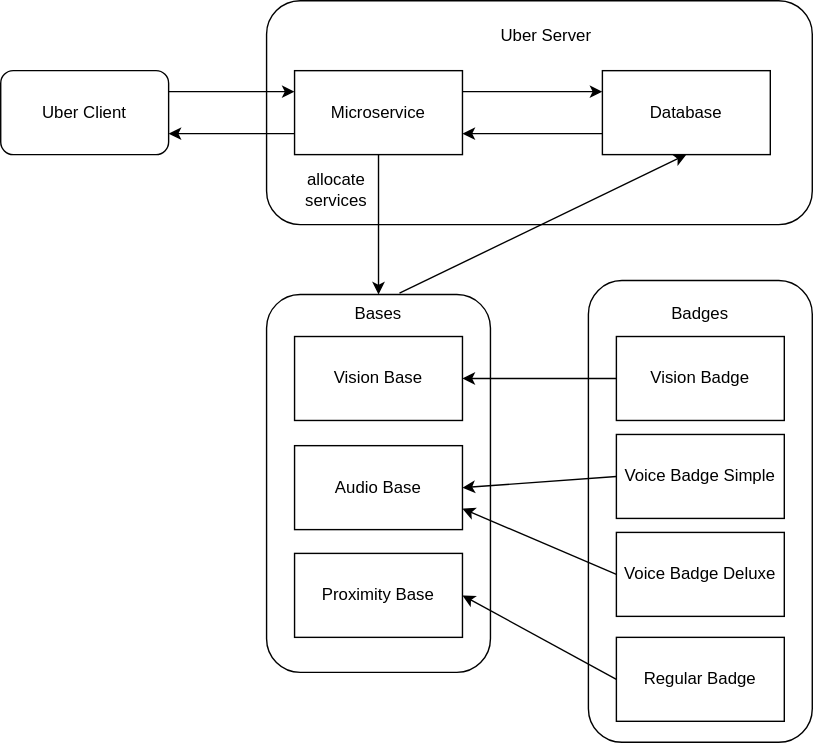
Earlier version of the draw.io export system_design.svg (spikol/system_ideas). Source tidied: cells renumbered, new cells last; positions are measured from the earlier drawing's top-left corner, leaving out a move shared by most shapes. The source it was exported from:
```xml
<mxGraphModel>
  <root>
    <mxCell id="0" />
    <mxCell id="1" parent="0" />
    <mxCell id="2" style="rounded=1;whiteSpace=wrap;html=1;" parent="1" vertex="1">
      <mxGeometry x="190" width="390" height="160" as="geometry" />
    </mxCell>
    <mxCell id="3" style="edgeStyle=orthogonalEdgeStyle;rounded=0;jettySize=auto;html=1;" parent="1" edge="1" source="4" target="6">
      <mxGeometry relative="1" as="geometry" />
    </mxCell>
    <mxCell id="4" value="Microservice" style="rounded=0;whiteSpace=wrap;html=1;" parent="1" vertex="1">
      <mxGeometry x="210" y="50" width="120" height="60" as="geometry" />
    </mxCell>
    <mxCell id="5" value="Uber Server" style="text;html=1;strokeColor=none;fillColor=none;align=center;verticalAlign=middle;whiteSpace=wrap;rounded=0;" parent="1" vertex="1">
      <mxGeometry x="350" y="10" width="80" height="30" as="geometry" />
    </mxCell>
    <mxCell id="6" style="rounded=1;whiteSpace=wrap;html=1;" parent="1" vertex="1">
      <mxGeometry x="190" y="210" width="160" height="270" as="geometry" />
    </mxCell>
    <mxCell id="7" value="Bases" style="text;html=1;strokeColor=none;fillColor=none;align=center;verticalAlign=middle;whiteSpace=wrap;rounded=0;" parent="1" vertex="1">
      <mxGeometry x="240" y="209" width="60" height="30" as="geometry" />
    </mxCell>
    <mxCell id="8" value="allocate services" style="text;html=1;strokeColor=none;fillColor=none;align=center;verticalAlign=middle;whiteSpace=wrap;rounded=0;" parent="1" vertex="1">
      <mxGeometry x="210" y="120" width="60" height="30" as="geometry" />
    </mxCell>
    <mxCell id="9" value="Vision Base" style="rounded=0;whiteSpace=wrap;html=1;" parent="1" vertex="1">
      <mxGeometry x="210" y="240" width="120" height="60" as="geometry" />
    </mxCell>
    <mxCell id="10" value="Audio Base" style="rounded=0;whiteSpace=wrap;html=1;" parent="1" vertex="1">
      <mxGeometry x="210" y="318" width="120" height="60" as="geometry" />
    </mxCell>
    <mxCell id="11" value="Proximity Base" style="rounded=0;whiteSpace=wrap;html=1;" parent="1" vertex="1">
      <mxGeometry x="210" y="395" width="120" height="60" as="geometry" />
    </mxCell>
    <mxCell id="12" style="rounded=1;whiteSpace=wrap;html=1;" parent="1" vertex="1">
      <mxGeometry x="420" y="200" width="160" height="330" as="geometry" />
    </mxCell>
    <mxCell id="13" value="Badges" style="text;html=1;strokeColor=none;fillColor=none;align=center;verticalAlign=middle;whiteSpace=wrap;rounded=0;" parent="1" vertex="1">
      <mxGeometry x="470" y="209" width="60" height="30" as="geometry" />
    </mxCell>
    <mxCell id="14" style="edgeStyle=orthogonalEdgeStyle;rounded=0;jettySize=auto;html=1;" parent="1" edge="1" source="15" target="9">
      <mxGeometry relative="1" as="geometry" />
    </mxCell>
    <mxCell id="15" value="Vision Badge" style="rounded=0;whiteSpace=wrap;html=1;" parent="1" vertex="1">
      <mxGeometry x="440" y="240" width="120" height="60" as="geometry" />
    </mxCell>
    <mxCell id="16" value="Voice Badge Simple" style="rounded=0;whiteSpace=wrap;html=1;" parent="1" vertex="1">
      <mxGeometry x="440" y="310" width="120" height="60" as="geometry" />
    </mxCell>
    <mxCell id="17" value="Voice Badge Deluxe" style="rounded=0;whiteSpace=wrap;html=1;" parent="1" vertex="1">
      <mxGeometry x="440" y="380" width="120" height="60" as="geometry" />
    </mxCell>
    <mxCell id="18" style="endArrow=classic;html=1;rounded=0;exitX=0;exitY=0.5;exitDx=0;exitDy=0;entryX=1;entryY=0.75;entryDx=0;entryDy=0;" parent="1" edge="1" source="17" target="10">
      <mxGeometry relative="1" as="geometry" />
    </mxCell>
    <mxCell id="19" value="Regular Badge" style="rounded=0;whiteSpace=wrap;html=1;" parent="1" vertex="1">
      <mxGeometry x="440" y="455" width="120" height="60" as="geometry" />
    </mxCell>
    <mxCell id="20" style="endArrow=classic;html=1;rounded=0;exitX=0;exitY=0.5;exitDx=0;exitDy=0;entryX=1;entryY=0.5;entryDx=0;entryDy=0;" parent="1" edge="1" source="16" target="10">
      <mxGeometry relative="1" as="geometry" />
    </mxCell>
    <mxCell id="21" style="edgeStyle=orthogonalEdgeStyle;rounded=0;orthogonalLoop=1;jettySize=auto;html=1;exitX=0.5;exitY=1;exitDx=0;exitDy=0;" parent="1" edge="1" source="6" target="6">
      <mxGeometry relative="1" as="geometry" />
    </mxCell>
    <mxCell id="22" style="endArrow=classic;html=1;rounded=0;exitX=0;exitY=0.5;exitDx=0;exitDy=0;entryX=1;entryY=0.5;entryDx=0;entryDy=0;" parent="1" edge="1" source="19" target="11">
      <mxGeometry relative="1" as="geometry" />
    </mxCell>
    <mxCell id="23" value="Database" style="rounded=0;whiteSpace=wrap;html=1;" parent="1" vertex="1">
      <mxGeometry x="430" y="50" width="120" height="60" as="geometry" />
    </mxCell>
    <mxCell id="24" style="endArrow=classic;html=1;rounded=0;exitX=0.75;exitY=0;exitDx=0;exitDy=0;entryX=0.5;entryY=1;entryDx=0;entryDy=0;" parent="1" edge="1" source="7" target="23">
      <mxGeometry relative="1" as="geometry" />
    </mxCell>
    <mxCell id="25" style="endArrow=classic;html=1;rounded=0;exitX=1;exitY=0.25;exitDx=0;exitDy=0;entryX=0;entryY=0.25;entryDx=0;entryDy=0;" parent="1" edge="1" source="4" target="23">
      <mxGeometry relative="1" as="geometry" />
    </mxCell>
    <mxCell id="26" style="endArrow=classic;html=1;rounded=0;exitX=0;exitY=0.75;exitDx=0;exitDy=0;entryX=1;entryY=0.75;entryDx=0;entryDy=0;" parent="1" edge="1" source="23" target="4">
      <mxGeometry relative="1" as="geometry" />
    </mxCell>
    <mxCell id="27" style="endArrow=classic;html=1;rounded=0;exitX=1;exitY=0.25;exitDx=0;exitDy=0;entryX=0;entryY=0.25;entryDx=0;entryDy=0;" parent="1" edge="1" target="4">
      <mxGeometry relative="1" as="geometry">
        <mxPoint x="120" y="65" as="sourcePoint" />
      </mxGeometry>
    </mxCell>
    <mxCell id="28" style="endArrow=classic;html=1;rounded=0;exitX=0;exitY=0.75;exitDx=0;exitDy=0;entryX=1;entryY=0.75;entryDx=0;entryDy=0;" parent="1" edge="1" source="4">
      <mxGeometry relative="1" as="geometry">
        <mxPoint x="120" y="95" as="targetPoint" />
      </mxGeometry>
    </mxCell>
    <mxCell id="29" value="Uber Client" style="rounded=1;whiteSpace=wrap;html=1;" parent="1" vertex="1">
      <mxGeometry y="50" width="120" height="60" as="geometry" />
    </mxCell>
  </root>
</mxGraphModel>
```
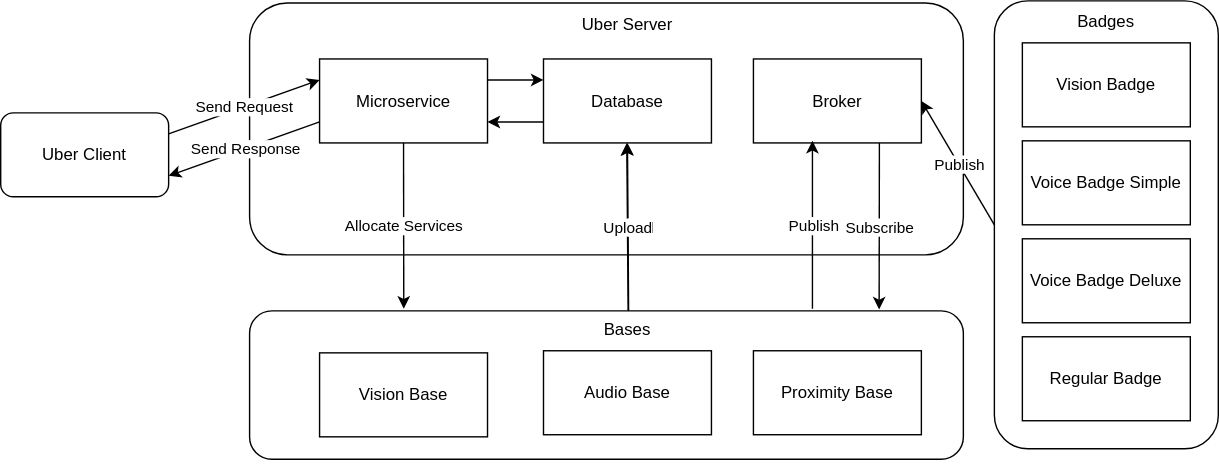
The same diagram one commit later.

Commit message:
Update system diagram

The edit, as a diff of the source:
```diff
@@ -3,92 +3,120 @@
     <mxCell id="0" />
     <mxCell id="1" parent="0" />
     <mxCell id="2" style="rounded=1;whiteSpace=wrap;html=1;" parent="1" vertex="1">
-      <mxGeometry x="190" width="390" height="160" as="geometry" />
+      <mxGeometry x="137.8" y="-28.5" width="510" height="180" as="geometry" />
     </mxCell>
-    <mxCell id="3" style="edgeStyle=orthogonalEdgeStyle;rounded=0;jettySize=auto;html=1;" parent="1" edge="1" source="4" target="6">
-      <mxGeometry relative="1" as="geometry" />
-    </mxCell>
     <mxCell id="4" value="Microservice" style="rounded=0;whiteSpace=wrap;html=1;" parent="1" vertex="1">
-      <mxGeometry x="210" y="50" width="120" height="60" as="geometry" />
+      <mxGeometry x="187.8" y="11.5" width="120" height="60" as="geometry" />
     </mxCell>
     <mxCell id="5" value="Uber Server" style="text;html=1;strokeColor=none;fillColor=none;align=center;verticalAlign=middle;whiteSpace=wrap;rounded=0;" parent="1" vertex="1">
-      <mxGeometry x="350" y="10" width="80" height="30" as="geometry" />
+      <mxGeometry x="367.8" y="-28.5" width="80" height="30" as="geometry" />
     </mxCell>
     <mxCell id="6" style="rounded=1;whiteSpace=wrap;html=1;" parent="1" vertex="1">
-      <mxGeometry x="190" y="210" width="160" height="270" as="geometry" />
+      <mxGeometry x="137.8" y="191.5" width="510" height="106" as="geometry" />
     </mxCell>
     <mxCell id="7" value="Bases" style="text;html=1;strokeColor=none;fillColor=none;align=center;verticalAlign=middle;whiteSpace=wrap;rounded=0;" parent="1" vertex="1">
-      <mxGeometry x="240" y="209" width="60" height="30" as="geometry" />
+      <mxGeometry x="377.8" y="190" width="60" height="30" as="geometry" />
     </mxCell>
-    <mxCell id="8" value="allocate services" style="text;html=1;strokeColor=none;fillColor=none;align=center;verticalAlign=middle;whiteSpace=wrap;rounded=0;" parent="1" vertex="1">
-      <mxGeometry x="210" y="120" width="60" height="30" as="geometry" />
-    </mxCell>
     <mxCell id="9" value="Vision Base" style="rounded=0;whiteSpace=wrap;html=1;" parent="1" vertex="1">
-      <mxGeometry x="210" y="240" width="120" height="60" as="geometry" />
+      <mxGeometry x="187.8" y="221.5" width="120" height="60" as="geometry" />
     </mxCell>
     <mxCell id="10" value="Audio Base" style="rounded=0;whiteSpace=wrap;html=1;" parent="1" vertex="1">
-      <mxGeometry x="210" y="318" width="120" height="60" as="geometry" />
+      <mxGeometry x="347.8" y="220" width="120" height="60" as="geometry" />
     </mxCell>
     <mxCell id="11" value="Proximity Base" style="rounded=0;whiteSpace=wrap;html=1;" parent="1" vertex="1">
-      <mxGeometry x="210" y="395" width="120" height="60" as="geometry" />
+      <mxGeometry x="497.8" y="220" width="120" height="60" as="geometry" />
     </mxCell>
     <mxCell id="12" style="rounded=1;whiteSpace=wrap;html=1;" parent="1" vertex="1">
-      <mxGeometry x="420" y="200" width="160" height="330" as="geometry" />
+      <mxGeometry x="670" y="-30" width="160" height="320" as="geometry" />
     </mxCell>
     <mxCell id="13" value="Badges" style="text;html=1;strokeColor=none;fillColor=none;align=center;verticalAlign=middle;whiteSpace=wrap;rounded=0;" parent="1" vertex="1">
-      <mxGeometry x="470" y="209" width="60" height="30" as="geometry" />
+      <mxGeometry x="720" y="-30" width="60" height="30" as="geometry" />
     </mxCell>
-    <mxCell id="14" style="edgeStyle=orthogonalEdgeStyle;rounded=0;jettySize=auto;html=1;" parent="1" edge="1" source="15" target="9">
-      <mxGeometry relative="1" as="geometry" />
-    </mxCell>
     <mxCell id="15" value="Vision Badge" style="rounded=0;whiteSpace=wrap;html=1;" parent="1" vertex="1">
-      <mxGeometry x="440" y="240" width="120" height="60" as="geometry" />
+      <mxGeometry x="690" width="120" height="60" as="geometry" />
     </mxCell>
     <mxCell id="16" value="Voice Badge Simple" style="rounded=0;whiteSpace=wrap;html=1;" parent="1" vertex="1">
-      <mxGeometry x="440" y="310" width="120" height="60" as="geometry" />
+      <mxGeometry x="690" y="70" width="120" height="60" as="geometry" />
     </mxCell>
     <mxCell id="17" value="Voice Badge Deluxe" style="rounded=0;whiteSpace=wrap;html=1;" parent="1" vertex="1">
-      <mxGeometry x="440" y="380" width="120" height="60" as="geometry" />
+      <mxGeometry x="690" y="140" width="120" height="60" as="geometry" />
     </mxCell>
-    <mxCell id="18" style="endArrow=classic;html=1;rounded=0;exitX=0;exitY=0.5;exitDx=0;exitDy=0;entryX=1;entryY=0.75;entryDx=0;entryDy=0;" parent="1" edge="1" source="17" target="10">
-      <mxGeometry relative="1" as="geometry" />
-    </mxCell>
     <mxCell id="19" value="Regular Badge" style="rounded=0;whiteSpace=wrap;html=1;" parent="1" vertex="1">
-      <mxGeometry x="440" y="455" width="120" height="60" as="geometry" />
+      <mxGeometry x="690" y="210" width="120" height="60" as="geometry" />
     </mxCell>
-    <mxCell id="20" style="endArrow=classic;html=1;rounded=0;exitX=0;exitY=0.5;exitDx=0;exitDy=0;entryX=1;entryY=0.5;entryDx=0;entryDy=0;" parent="1" edge="1" source="16" target="10">
-      <mxGeometry relative="1" as="geometry" />
-    </mxCell>
     <mxCell id="21" style="edgeStyle=orthogonalEdgeStyle;rounded=0;orthogonalLoop=1;jettySize=auto;html=1;exitX=0.5;exitY=1;exitDx=0;exitDy=0;" parent="1" edge="1" source="6" target="6">
       <mxGeometry relative="1" as="geometry" />
     </mxCell>
-    <mxCell id="22" style="endArrow=classic;html=1;rounded=0;exitX=0;exitY=0.5;exitDx=0;exitDy=0;entryX=1;entryY=0.5;entryDx=0;entryDy=0;" parent="1" edge="1" source="19" target="11">
-      <mxGeometry relative="1" as="geometry" />
-    </mxCell>
     <mxCell id="23" value="Database" style="rounded=0;whiteSpace=wrap;html=1;" parent="1" vertex="1">
-      <mxGeometry x="430" y="50" width="120" height="60" as="geometry" />
+      <mxGeometry x="347.8" y="11.5" width="120" height="60" as="geometry" />
     </mxCell>
-    <mxCell id="24" style="endArrow=classic;html=1;rounded=0;exitX=0.75;exitY=0;exitDx=0;exitDy=0;entryX=0.5;entryY=1;entryDx=0;entryDy=0;" parent="1" edge="1" source="7" target="23">
-      <mxGeometry relative="1" as="geometry" />
-    </mxCell>
+    <mxCell id="29" value="Uber Client" style="rounded=1;whiteSpace=wrap;html=1;" parent="1" vertex="1">
+      <mxGeometry x="-40" y="50" width="120" height="60" as="geometry" />
+    </mxCell>
+    <mxCell id="30" style="endArrow=classic;html=1;rounded=0;exitX=0.5;exitY=1;exitDx=0;exitDy=0;" parent="1" edge="1" source="4">
+      <mxGeometry relative="1" as="geometry">
+        <mxPoint x="248" y="190" as="targetPoint" />
+      </mxGeometry>
+    </mxCell>
+    <mxCell id="31" value="Allocate Services" style="edgeLabel;html=1;align=center;verticalAlign=middle;" parent="30" vertex="1">
+      <mxGeometry relative="1" as="geometry" />
+    </mxCell>
+    <mxCell id="32" style="endArrow=classic;html=1;rounded=0;exitX=1;exitY=0.25;exitDx=0;exitDy=0;entryX=0;entryY=0.25;entryDx=0;entryDy=0;" parent="1" edge="1" source="29" target="4">
+      <mxGeometry relative="1" as="geometry" />
+    </mxCell>
+    <mxCell id="33" value="Send Request" style="edgeLabel;html=1;align=center;verticalAlign=middle;" parent="32" vertex="1">
+      <mxGeometry relative="1" as="geometry" />
+    </mxCell>
+    <mxCell id="34" style="endArrow=classic;html=1;rounded=0;exitX=0;exitY=0.75;exitDx=0;exitDy=0;entryX=1;entryY=0.75;entryDx=0;entryDy=0;" parent="1" edge="1" source="4" target="29">
+      <mxGeometry relative="1" as="geometry" />
+    </mxCell>
+    <mxCell id="35" value="Send Response" style="edgeLabel;html=1;align=center;verticalAlign=middle;" parent="34" vertex="1">
+      <mxGeometry relative="1" as="geometry" />
+    </mxCell>
+    <mxCell id="36" value="Broker" style="rounded=0;whiteSpace=wrap;html=1;" parent="1" vertex="1">
+      <mxGeometry x="497.8" y="11.5" width="120" height="60" as="geometry" />
+    </mxCell>
+    <mxCell id="37" style="endArrow=classic;html=1;rounded=0;exitX=0;exitY=0.5;exitDx=0;exitDy=0;entryX=1;entryY=0.5;entryDx=0;entryDy=0;" parent="1" edge="1" source="12" target="36">
+      <mxGeometry relative="1" as="geometry" />
+    </mxCell>
+    <mxCell id="38" value="Publish" style="edgeLabel;html=1;align=center;verticalAlign=middle;" parent="37" vertex="1">
+      <mxGeometry relative="1" as="geometry" />
+    </mxCell>
+    <mxCell id="39" style="endArrow=classic;html=1;rounded=0;" parent="1" edge="1">
+      <mxGeometry relative="1" as="geometry">
+        <mxPoint x="540" y="190" as="sourcePoint" />
+        <mxPoint x="540" y="70" as="targetPoint" />
+      </mxGeometry>
+    </mxCell>
+    <mxCell id="40" value="Publish&lt;br&gt;" style="edgeLabel;html=1;align=center;verticalAlign=middle;" parent="39" vertex="1">
+      <mxGeometry relative="1" as="geometry" />
+    </mxCell>
+    <mxCell id="41" style="endArrow=classic;html=1;rounded=0;exitX=0.75;exitY=1;exitDx=0;exitDy=0;entryX=0.882;entryY=-0.009;entryDx=0;entryDy=0;entryPerimeter=0;" parent="1" edge="1" source="36" target="6">
+      <mxGeometry relative="1" as="geometry" />
+    </mxCell>
+    <mxCell id="42" value="Subscribe" style="edgeLabel;html=1;align=center;verticalAlign=middle;" parent="41" vertex="1">
+      <mxGeometry relative="1" as="geometry" />
+    </mxCell>
+    <mxCell id="43" style="endArrow=classic;html=1;rounded=0;entryX=0.5;entryY=1;entryDx=0;entryDy=0;exitX=0.531;exitY=0;exitDx=0;exitDy=0;exitPerimeter=0;" parent="1" edge="1" source="6" target="23">
+      <mxGeometry relative="1" as="geometry" />
+    </mxCell>
+    <mxCell id="44" value="Upload" style="edgeLabel;html=1;align=center;verticalAlign=middle;" parent="43" vertex="1">
+      <mxGeometry relative="1" as="geometry" />
+    </mxCell>
     <mxCell id="25" style="endArrow=classic;html=1;rounded=0;exitX=1;exitY=0.25;exitDx=0;exitDy=0;entryX=0;entryY=0.25;entryDx=0;entryDy=0;" parent="1" edge="1" source="4" target="23">
       <mxGeometry relative="1" as="geometry" />
     </mxCell>
     <mxCell id="26" style="endArrow=classic;html=1;rounded=0;exitX=0;exitY=0.75;exitDx=0;exitDy=0;entryX=1;entryY=0.75;entryDx=0;entryDy=0;" parent="1" edge="1" source="23" target="4">
       <mxGeometry relative="1" as="geometry" />
     </mxCell>
-    <mxCell id="27" style="endArrow=classic;html=1;rounded=0;exitX=1;exitY=0.25;exitDx=0;exitDy=0;entryX=0;entryY=0.25;entryDx=0;entryDy=0;" parent="1" edge="1" target="4">
-      <mxGeometry relative="1" as="geometry">
-        <mxPoint x="120" y="65" as="sourcePoint" />
-      </mxGeometry>
-    </mxCell>
-    <mxCell id="28" style="endArrow=classic;html=1;rounded=0;exitX=0;exitY=0.75;exitDx=0;exitDy=0;entryX=1;entryY=0.75;entryDx=0;entryDy=0;" parent="1" edge="1" source="4">
-      <mxGeometry relative="1" as="geometry">
-        <mxPoint x="120" y="95" as="targetPoint" />
-      </mxGeometry>
-    </mxCell>
-    <mxCell id="29" value="Uber Client" style="rounded=1;whiteSpace=wrap;html=1;" parent="1" vertex="1">
-      <mxGeometry y="50" width="120" height="60" as="geometry" />
-    </mxCell>
+    <mxCell id="45" style="endArrow=classic;html=1;rounded=0;entryX=0.5;entryY=1;entryDx=0;entryDy=0;exitX=0.531;exitY=0;exitDx=0;exitDy=0;exitPerimeter=0;" parent="1" edge="1">
+      <mxGeometry relative="1" as="geometry">
+        <mxPoint x="408.3" y="191.5" as="sourcePoint" />
+        <mxPoint x="407.3" y="71.5" as="targetPoint" />
+      </mxGeometry>
+    </mxCell>
+    <mxCell id="46" value="Upload" style="edgeLabel;html=1;align=center;verticalAlign=middle;" parent="45" vertex="1">
+      <mxGeometry relative="1" as="geometry" />
+    </mxCell>
   </root>
 </mxGraphModel>
```
